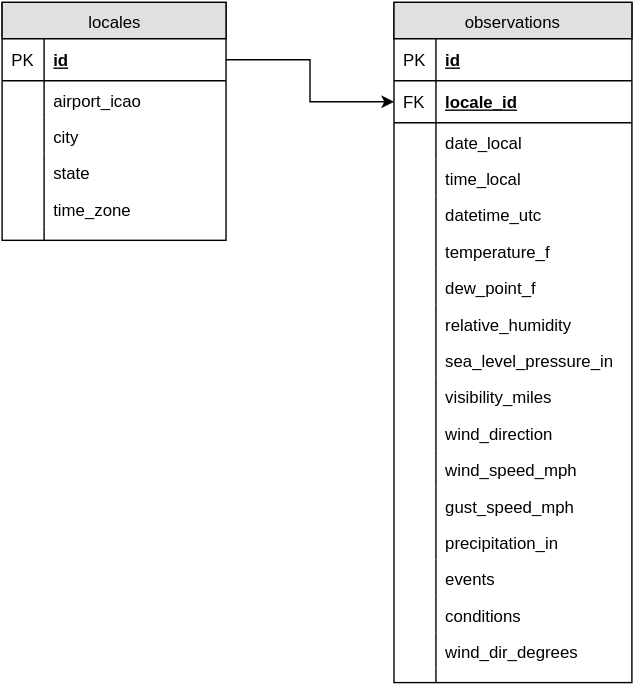
Before: dm.svg, a diagram exported from draw.io (nrgetik/wu-tang). Source tidied: cells renumbered, new cells last; positions are measured from the earlier drawing's top-left corner, leaving out a move shared by most shapes.
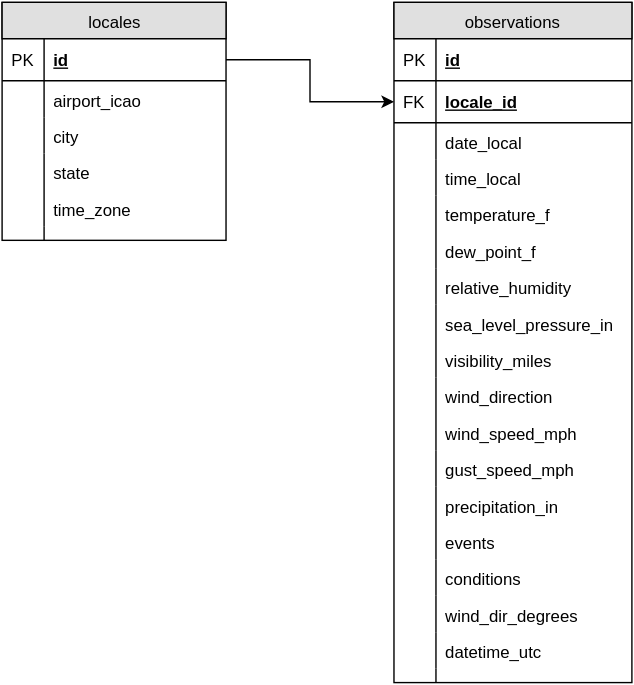
Above is the later version.

Commit message:
Update data model

Change to the diagram source:
```diff
@@ -124,3 +124,3 @@
     </mxCell>
-    <mxCell id="42" value="datetime_utc" style="shape=partialRectangle;top=0;left=0;right=0;bottom=0;html=1;align=left;verticalAlign=top;fillColor=none;spacingLeft=34;spacingRight=4;whiteSpace=wrap;overflow=hidden;" parent="33" vertex="1">
+    <mxCell id="42" value="temperature_f" style="shape=partialRectangle;top=0;left=0;right=0;bottom=0;html=1;align=left;verticalAlign=top;fillColor=none;spacingLeft=34;spacingRight=4;whiteSpace=wrap;overflow=hidden;" parent="33" vertex="1">
       <mxGeometry y="138" width="170" height="26" as="geometry" />
@@ -130,3 +130,3 @@
     </mxCell>
-    <mxCell id="44" value="temperature_f" style="shape=partialRectangle;top=0;left=0;right=0;bottom=0;html=1;align=left;verticalAlign=top;fillColor=none;spacingLeft=34;spacingRight=4;whiteSpace=wrap;overflow=hidden;" parent="33" vertex="1">
+    <mxCell id="44" value="dew_point_f" style="shape=partialRectangle;top=0;left=0;right=0;bottom=0;html=1;align=left;verticalAlign=top;fillColor=none;spacingLeft=34;spacingRight=4;whiteSpace=wrap;overflow=hidden;" parent="33" vertex="1">
       <mxGeometry y="164" width="170" height="26" as="geometry" />
@@ -136,3 +136,3 @@
     </mxCell>
-    <mxCell id="46" value="dew_point_f" style="shape=partialRectangle;top=0;left=0;right=0;bottom=0;html=1;align=left;verticalAlign=top;fillColor=none;spacingLeft=34;spacingRight=4;whiteSpace=wrap;overflow=hidden;" parent="33" vertex="1">
+    <mxCell id="46" value="relative_humidity" style="shape=partialRectangle;top=0;left=0;right=0;bottom=0;html=1;align=left;verticalAlign=top;fillColor=none;spacingLeft=34;spacingRight=4;whiteSpace=wrap;overflow=hidden;" parent="33" vertex="1">
       <mxGeometry y="190" width="170" height="26" as="geometry" />
@@ -142,3 +142,3 @@
     </mxCell>
-    <mxCell id="48" value="relative_humidity" style="shape=partialRectangle;top=0;left=0;right=0;bottom=0;html=1;align=left;verticalAlign=top;fillColor=none;spacingLeft=34;spacingRight=4;whiteSpace=wrap;overflow=hidden;" parent="33" vertex="1">
+    <mxCell id="48" value="sea_level_pressure_in" style="shape=partialRectangle;top=0;left=0;right=0;bottom=0;html=1;align=left;verticalAlign=top;fillColor=none;spacingLeft=34;spacingRight=4;whiteSpace=wrap;overflow=hidden;" parent="33" vertex="1">
       <mxGeometry y="216" width="170" height="26" as="geometry" />
@@ -148,3 +148,3 @@
     </mxCell>
-    <mxCell id="50" value="sea_level_pressure_in" style="shape=partialRectangle;top=0;left=0;right=0;bottom=0;html=1;align=left;verticalAlign=top;fillColor=none;spacingLeft=34;spacingRight=4;whiteSpace=wrap;overflow=hidden;" parent="33" vertex="1">
+    <mxCell id="50" value="visibility_miles" style="shape=partialRectangle;top=0;left=0;right=0;bottom=0;html=1;align=left;verticalAlign=top;fillColor=none;spacingLeft=34;spacingRight=4;whiteSpace=wrap;overflow=hidden;" parent="33" vertex="1">
       <mxGeometry y="242" width="170" height="26" as="geometry" />
@@ -154,3 +154,3 @@
     </mxCell>
-    <mxCell id="52" value="visibility_miles" style="shape=partialRectangle;top=0;left=0;right=0;bottom=0;html=1;align=left;verticalAlign=top;fillColor=none;spacingLeft=34;spacingRight=4;whiteSpace=wrap;overflow=hidden;" parent="33" vertex="1">
+    <mxCell id="52" value="wind_direction" style="shape=partialRectangle;top=0;left=0;right=0;bottom=0;html=1;align=left;verticalAlign=top;fillColor=none;spacingLeft=34;spacingRight=4;whiteSpace=wrap;overflow=hidden;" parent="33" vertex="1">
       <mxGeometry y="268" width="170" height="26" as="geometry" />
@@ -160,3 +160,3 @@
     </mxCell>
-    <mxCell id="54" value="wind_direction" style="shape=partialRectangle;top=0;left=0;right=0;bottom=0;html=1;align=left;verticalAlign=top;fillColor=none;spacingLeft=34;spacingRight=4;whiteSpace=wrap;overflow=hidden;" parent="33" vertex="1">
+    <mxCell id="54" value="wind_speed_mph" style="shape=partialRectangle;top=0;left=0;right=0;bottom=0;html=1;align=left;verticalAlign=top;fillColor=none;spacingLeft=34;spacingRight=4;whiteSpace=wrap;overflow=hidden;" parent="33" vertex="1">
       <mxGeometry y="294" width="170" height="26" as="geometry" />
@@ -166,3 +166,3 @@
     </mxCell>
-    <mxCell id="56" value="wind_speed_mph" style="shape=partialRectangle;top=0;left=0;right=0;bottom=0;html=1;align=left;verticalAlign=top;fillColor=none;spacingLeft=34;spacingRight=4;whiteSpace=wrap;overflow=hidden;" parent="33" vertex="1">
+    <mxCell id="56" value="gust_speed_mph" style="shape=partialRectangle;top=0;left=0;right=0;bottom=0;html=1;align=left;verticalAlign=top;fillColor=none;spacingLeft=34;spacingRight=4;whiteSpace=wrap;overflow=hidden;" parent="33" vertex="1">
       <mxGeometry y="320" width="170" height="26" as="geometry" />
@@ -172,3 +172,3 @@
     </mxCell>
-    <mxCell id="58" value="gust_speed_mph" style="shape=partialRectangle;top=0;left=0;right=0;bottom=0;html=1;align=left;verticalAlign=top;fillColor=none;spacingLeft=34;spacingRight=4;whiteSpace=wrap;overflow=hidden;" parent="33" vertex="1">
+    <mxCell id="58" value="precipitation_in" style="shape=partialRectangle;top=0;left=0;right=0;bottom=0;html=1;align=left;verticalAlign=top;fillColor=none;spacingLeft=34;spacingRight=4;whiteSpace=wrap;overflow=hidden;" parent="33" vertex="1">
       <mxGeometry y="346" width="170" height="26" as="geometry" />
@@ -178,3 +178,3 @@
     </mxCell>
-    <mxCell id="60" value="precipitation_in" style="shape=partialRectangle;top=0;left=0;right=0;bottom=0;html=1;align=left;verticalAlign=top;fillColor=none;spacingLeft=34;spacingRight=4;whiteSpace=wrap;overflow=hidden;" parent="33" vertex="1">
+    <mxCell id="60" value="events" style="shape=partialRectangle;top=0;left=0;right=0;bottom=0;html=1;align=left;verticalAlign=top;fillColor=none;spacingLeft=34;spacingRight=4;whiteSpace=wrap;overflow=hidden;" parent="33" vertex="1">
       <mxGeometry y="372" width="170" height="26" as="geometry" />
@@ -184,3 +184,3 @@
     </mxCell>
-    <mxCell id="62" value="events" style="shape=partialRectangle;top=0;left=0;right=0;bottom=0;html=1;align=left;verticalAlign=top;fillColor=none;spacingLeft=34;spacingRight=4;whiteSpace=wrap;overflow=hidden;" parent="33" vertex="1">
+    <mxCell id="62" value="conditions" style="shape=partialRectangle;top=0;left=0;right=0;bottom=0;html=1;align=left;verticalAlign=top;fillColor=none;spacingLeft=34;spacingRight=4;whiteSpace=wrap;overflow=hidden;" parent="33" vertex="1">
       <mxGeometry y="398" width="170" height="26" as="geometry" />
@@ -190,3 +190,3 @@
     </mxCell>
-    <mxCell id="64" value="conditions" style="shape=partialRectangle;top=0;left=0;right=0;bottom=0;html=1;align=left;verticalAlign=top;fillColor=none;spacingLeft=34;spacingRight=4;whiteSpace=wrap;overflow=hidden;" parent="33" vertex="1">
+    <mxCell id="64" value="wind_dir_degrees" style="shape=partialRectangle;top=0;left=0;right=0;bottom=0;html=1;align=left;verticalAlign=top;fillColor=none;spacingLeft=34;spacingRight=4;whiteSpace=wrap;overflow=hidden;" parent="33" vertex="1">
       <mxGeometry y="424" width="170" height="26" as="geometry" />
@@ -196,3 +196,3 @@
     </mxCell>
-    <mxCell id="66" value="wind_dir_degrees" style="shape=partialRectangle;top=0;left=0;right=0;bottom=0;html=1;align=left;verticalAlign=top;fillColor=none;spacingLeft=34;spacingRight=4;whiteSpace=wrap;overflow=hidden;" parent="33" vertex="1">
+    <mxCell id="66" value="datetime_utc" style="shape=partialRectangle;top=0;left=0;right=0;bottom=0;html=1;align=left;verticalAlign=top;fillColor=none;spacingLeft=34;spacingRight=4;whiteSpace=wrap;overflow=hidden;" parent="33" vertex="1">
       <mxGeometry y="450" width="170" height="26" as="geometry" />
@@ -244,3 +244,3 @@
     </mxCell>
-    <mxCell id="82" value="datetime_utc" style="shape=partialRectangle;top=0;left=0;right=0;bottom=0;html=1;align=left;verticalAlign=top;fillColor=none;spacingLeft=34;spacingRight=4;whiteSpace=wrap;overflow=hidden;" parent="1" vertex="1">
+    <mxCell id="82" value="temperature_f" style="shape=partialRectangle;top=0;left=0;right=0;bottom=0;html=1;align=left;verticalAlign=top;fillColor=none;spacingLeft=34;spacingRight=4;whiteSpace=wrap;overflow=hidden;" parent="1" vertex="1">
       <mxGeometry x="280" y="138" width="170" height="26" as="geometry" />
@@ -253,3 +253,3 @@
     </mxCell>
-    <mxCell id="85" value="temperature_f" style="shape=partialRectangle;top=0;left=0;right=0;bottom=0;html=1;align=left;verticalAlign=top;fillColor=none;spacingLeft=34;spacingRight=4;whiteSpace=wrap;overflow=hidden;" parent="1" vertex="1">
+    <mxCell id="85" value="dew_point_f" style="shape=partialRectangle;top=0;left=0;right=0;bottom=0;html=1;align=left;verticalAlign=top;fillColor=none;spacingLeft=34;spacingRight=4;whiteSpace=wrap;overflow=hidden;" parent="1" vertex="1">
       <mxGeometry x="280" y="164" width="170" height="26" as="geometry" />
@@ -262,3 +262,3 @@
     </mxCell>
-    <mxCell id="88" value="dew_point_f" style="shape=partialRectangle;top=0;left=0;right=0;bottom=0;html=1;align=left;verticalAlign=top;fillColor=none;spacingLeft=34;spacingRight=4;whiteSpace=wrap;overflow=hidden;" parent="1" vertex="1">
+    <mxCell id="88" value="relative_humidity" style="shape=partialRectangle;top=0;left=0;right=0;bottom=0;html=1;align=left;verticalAlign=top;fillColor=none;spacingLeft=34;spacingRight=4;whiteSpace=wrap;overflow=hidden;" parent="1" vertex="1">
       <mxGeometry x="280" y="190" width="170" height="26" as="geometry" />
@@ -271,3 +271,3 @@
     </mxCell>
-    <mxCell id="91" value="relative_humidity" style="shape=partialRectangle;top=0;left=0;right=0;bottom=0;html=1;align=left;verticalAlign=top;fillColor=none;spacingLeft=34;spacingRight=4;whiteSpace=wrap;overflow=hidden;" parent="1" vertex="1">
+    <mxCell id="91" value="sea_level_pressure_in" style="shape=partialRectangle;top=0;left=0;right=0;bottom=0;html=1;align=left;verticalAlign=top;fillColor=none;spacingLeft=34;spacingRight=4;whiteSpace=wrap;overflow=hidden;" parent="1" vertex="1">
       <mxGeometry x="280" y="216" width="170" height="26" as="geometry" />
@@ -280,3 +280,3 @@
     </mxCell>
-    <mxCell id="94" value="sea_level_pressure_in" style="shape=partialRectangle;top=0;left=0;right=0;bottom=0;html=1;align=left;verticalAlign=top;fillColor=none;spacingLeft=34;spacingRight=4;whiteSpace=wrap;overflow=hidden;" parent="1" vertex="1">
+    <mxCell id="94" value="visibility_miles" style="shape=partialRectangle;top=0;left=0;right=0;bottom=0;html=1;align=left;verticalAlign=top;fillColor=none;spacingLeft=34;spacingRight=4;whiteSpace=wrap;overflow=hidden;" parent="1" vertex="1">
       <mxGeometry x="280" y="242" width="170" height="26" as="geometry" />
@@ -289,3 +289,3 @@
     </mxCell>
-    <mxCell id="97" value="visibility_miles" style="shape=partialRectangle;top=0;left=0;right=0;bottom=0;html=1;align=left;verticalAlign=top;fillColor=none;spacingLeft=34;spacingRight=4;whiteSpace=wrap;overflow=hidden;" parent="1" vertex="1">
+    <mxCell id="97" value="wind_direction" style="shape=partialRectangle;top=0;left=0;right=0;bottom=0;html=1;align=left;verticalAlign=top;fillColor=none;spacingLeft=34;spacingRight=4;whiteSpace=wrap;overflow=hidden;" parent="1" vertex="1">
       <mxGeometry x="280" y="268" width="170" height="26" as="geometry" />
@@ -298,3 +298,3 @@
     </mxCell>
-    <mxCell id="100" value="wind_direction" style="shape=partialRectangle;top=0;left=0;right=0;bottom=0;html=1;align=left;verticalAlign=top;fillColor=none;spacingLeft=34;spacingRight=4;whiteSpace=wrap;overflow=hidden;" parent="1" vertex="1">
+    <mxCell id="100" value="wind_speed_mph" style="shape=partialRectangle;top=0;left=0;right=0;bottom=0;html=1;align=left;verticalAlign=top;fillColor=none;spacingLeft=34;spacingRight=4;whiteSpace=wrap;overflow=hidden;" parent="1" vertex="1">
       <mxGeometry x="280" y="294" width="170" height="26" as="geometry" />
@@ -307,3 +307,3 @@
     </mxCell>
-    <mxCell id="103" value="wind_speed_mph" style="shape=partialRectangle;top=0;left=0;right=0;bottom=0;html=1;align=left;verticalAlign=top;fillColor=none;spacingLeft=34;spacingRight=4;whiteSpace=wrap;overflow=hidden;" parent="1" vertex="1">
+    <mxCell id="103" value="gust_speed_mph" style="shape=partialRectangle;top=0;left=0;right=0;bottom=0;html=1;align=left;verticalAlign=top;fillColor=none;spacingLeft=34;spacingRight=4;whiteSpace=wrap;overflow=hidden;" parent="1" vertex="1">
       <mxGeometry x="280" y="320" width="170" height="26" as="geometry" />
@@ -316,3 +316,3 @@
     </mxCell>
-    <mxCell id="106" value="gust_speed_mph" style="shape=partialRectangle;top=0;left=0;right=0;bottom=0;html=1;align=left;verticalAlign=top;fillColor=none;spacingLeft=34;spacingRight=4;whiteSpace=wrap;overflow=hidden;" parent="1" vertex="1">
+    <mxCell id="106" value="precipitation_in" style="shape=partialRectangle;top=0;left=0;right=0;bottom=0;html=1;align=left;verticalAlign=top;fillColor=none;spacingLeft=34;spacingRight=4;whiteSpace=wrap;overflow=hidden;" parent="1" vertex="1">
       <mxGeometry x="280" y="346" width="170" height="26" as="geometry" />
@@ -325,3 +325,3 @@
     </mxCell>
-    <mxCell id="109" value="precipitation_in" style="shape=partialRectangle;top=0;left=0;right=0;bottom=0;html=1;align=left;verticalAlign=top;fillColor=none;spacingLeft=34;spacingRight=4;whiteSpace=wrap;overflow=hidden;" parent="1" vertex="1">
+    <mxCell id="109" value="events" style="shape=partialRectangle;top=0;left=0;right=0;bottom=0;html=1;align=left;verticalAlign=top;fillColor=none;spacingLeft=34;spacingRight=4;whiteSpace=wrap;overflow=hidden;" parent="1" vertex="1">
       <mxGeometry x="280" y="372" width="170" height="26" as="geometry" />
@@ -334,3 +334,3 @@
     </mxCell>
-    <mxCell id="112" value="events" style="shape=partialRectangle;top=0;left=0;right=0;bottom=0;html=1;align=left;verticalAlign=top;fillColor=none;spacingLeft=34;spacingRight=4;whiteSpace=wrap;overflow=hidden;" parent="1" vertex="1">
+    <mxCell id="112" value="conditions" style="shape=partialRectangle;top=0;left=0;right=0;bottom=0;html=1;align=left;verticalAlign=top;fillColor=none;spacingLeft=34;spacingRight=4;whiteSpace=wrap;overflow=hidden;" parent="1" vertex="1">
       <mxGeometry x="280" y="398" width="170" height="26" as="geometry" />
@@ -343,3 +343,3 @@
     </mxCell>
-    <mxCell id="115" value="conditions" style="shape=partialRectangle;top=0;left=0;right=0;bottom=0;html=1;align=left;verticalAlign=top;fillColor=none;spacingLeft=34;spacingRight=4;whiteSpace=wrap;overflow=hidden;" parent="1" vertex="1">
+    <mxCell id="115" value="wind_dir_degrees" style="shape=partialRectangle;top=0;left=0;right=0;bottom=0;html=1;align=left;verticalAlign=top;fillColor=none;spacingLeft=34;spacingRight=4;whiteSpace=wrap;overflow=hidden;" parent="1" vertex="1">
       <mxGeometry x="280" y="424" width="170" height="26" as="geometry" />
@@ -352,3 +352,3 @@
     </mxCell>
-    <mxCell id="118" value="wind_dir_degrees" style="shape=partialRectangle;top=0;left=0;right=0;bottom=0;html=1;align=left;verticalAlign=top;fillColor=none;spacingLeft=34;spacingRight=4;whiteSpace=wrap;overflow=hidden;" parent="1" vertex="1">
+    <mxCell id="118" value="datetime_utc" style="shape=partialRectangle;top=0;left=0;right=0;bottom=0;html=1;align=left;verticalAlign=top;fillColor=none;spacingLeft=34;spacingRight=4;whiteSpace=wrap;overflow=hidden;" parent="1" vertex="1">
       <mxGeometry x="280" y="450" width="170" height="26" as="geometry" />
```
